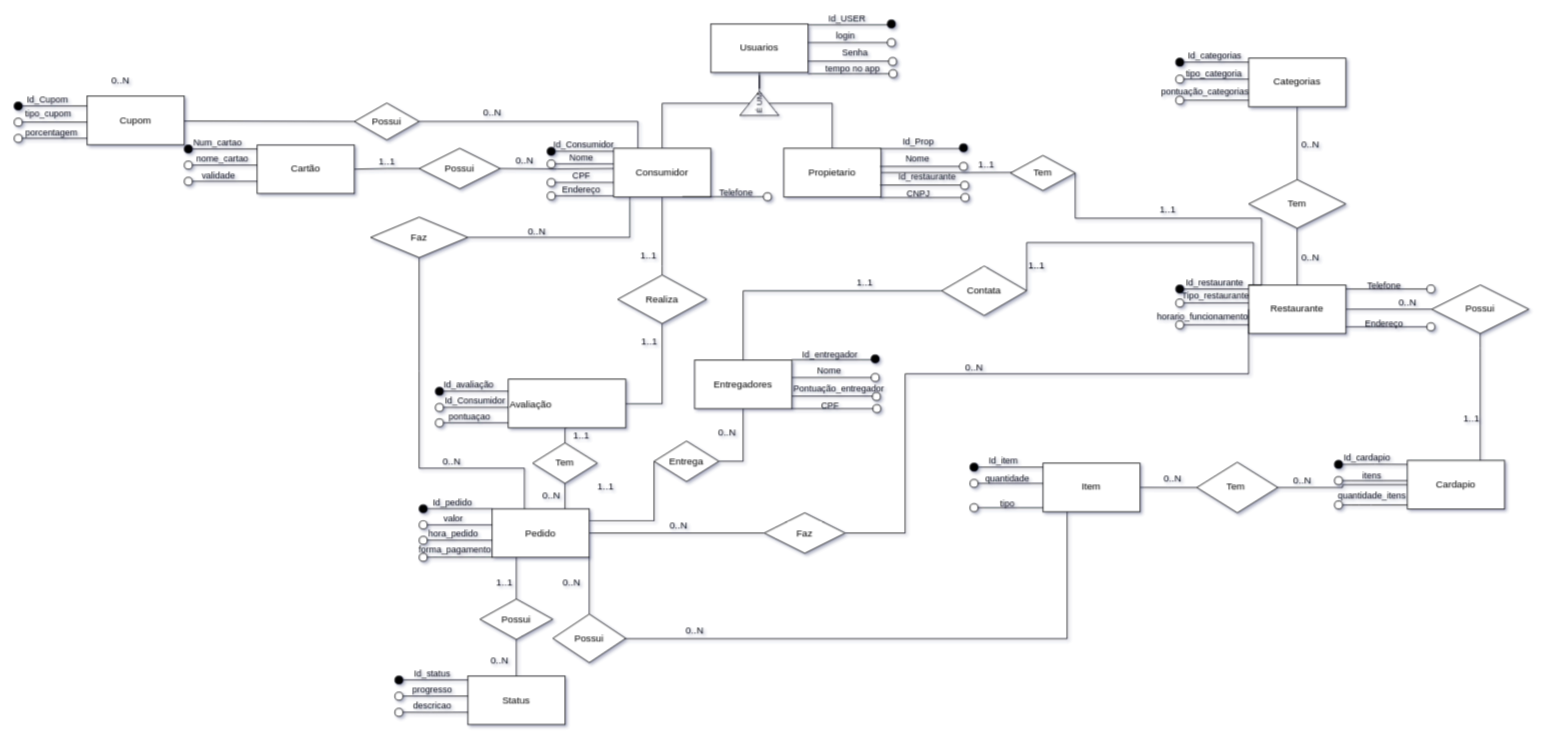
mariaeduaruda/BD-1-atividade keeps this draw.io diagram as Untitled Diagram.drawio. Above is the earlier version. Source tidied: cells renumbered, new cells numbered last; positions are measured from the earlier drawing's top-left corner, leaving out a move shared by most shapes. Both pictures are drawn from the tidied source at 81%, with x=0, y=0 at pixel (14, 19).
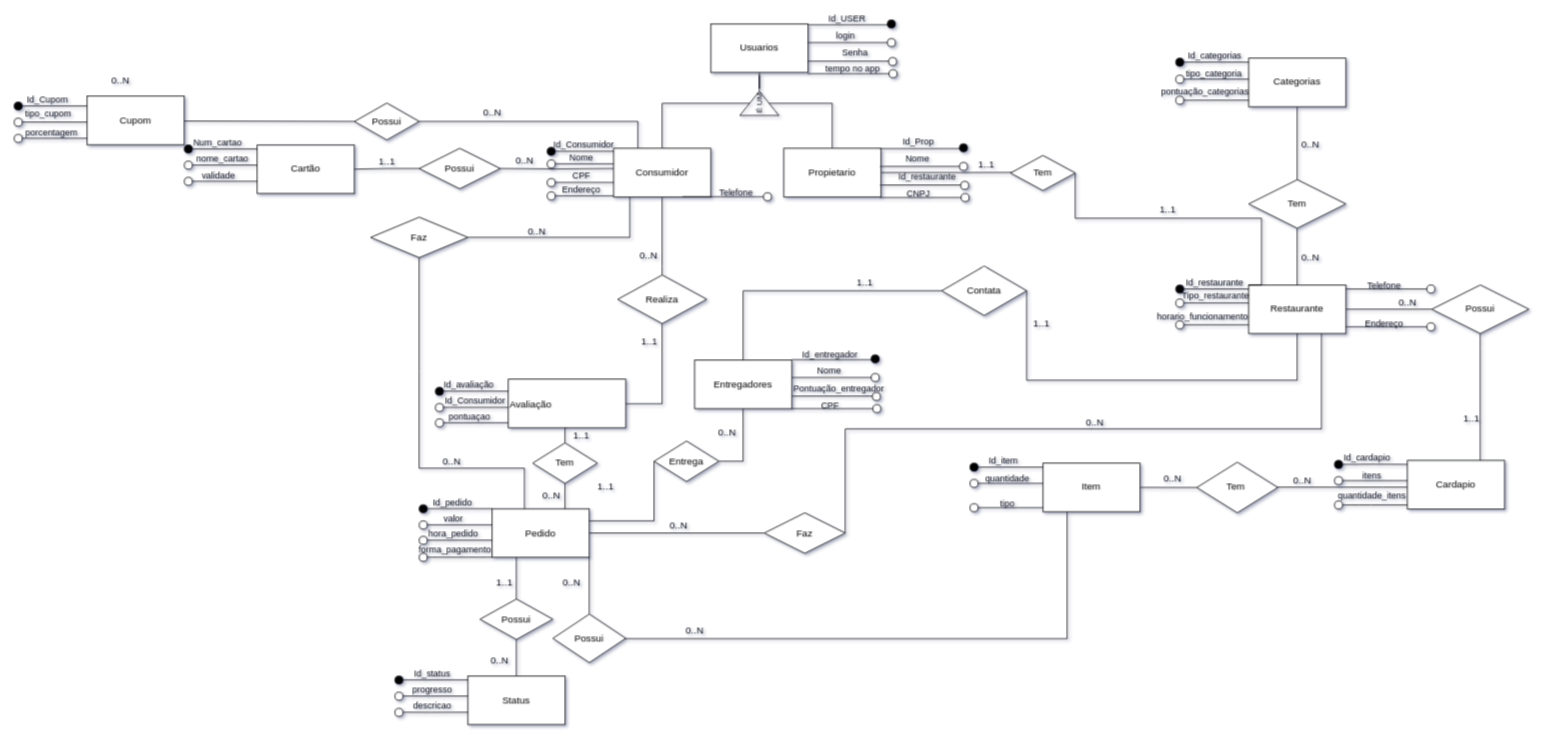
Above is the later version.

The change refers to these unchanged cells:
```xml
<mxCell id="9" value="Restaurante" style="whiteSpace=wrap;html=1;rounded=0;" parent="1" vertex="1">
  <mxGeometry x="1524" y="328.3" width="120" height="60" as="geometry" />
</mxCell>
<mxCell id="13" value="Cardapio" style="whiteSpace=wrap;html=1;rounded=0;" parent="1" vertex="1">
  <mxGeometry x="1720" y="544.9" width="120" height="60" as="geometry" />
</mxCell>
<mxCell id="15" value="Tem&amp;nbsp;" style="rhombus;whiteSpace=wrap;html=1;rounded=0;" parent="1" vertex="1">
  <mxGeometry x="1460" y="547.1" width="100" height="62.5" as="geometry" />
</mxCell>
<mxCell id="32" value="Faz" style="rhombus;whiteSpace=wrap;html=1;rounded=0;" parent="1" vertex="1">
  <mxGeometry x="926" y="609.6" width="100" height="50" as="geometry" />
</mxCell>
<mxCell id="165" value="Contata" style="rhombus;whiteSpace=wrap;html=1;" parent="1" vertex="1">
  <mxGeometry x="1145" y="305" width="105" height="61" as="geometry" />
</mxCell>
```

Change to the diagram source:
```diff
@@
     <mxCell id="12" style="edgeStyle=orthogonalEdgeStyle;rounded=0;jettySize=auto;html=1;endArrow=none;endFill=0;" parent="1" edge="1" source="13" target="15">
-      <mxGeometry relative="1" as="geometry" />
+      <mxGeometry relative="1" as="geometry">
+        <Array as="points">
+          <mxPoint x="1690" y="578" />
+          <mxPoint x="1690" y="578" />
+        </Array>
+      </mxGeometry>
     </mxCell>
@@
-    <mxCell id="31" style="edgeStyle=orthogonalEdgeStyle;rounded=0;jettySize=auto;html=1;exitX=1;exitY=0.5;exitDx=0;exitDy=0;entryX=0;entryY=0.5;entryDx=0;entryDy=0;endArrow=none;endFill=0;" parent="1" edge="1" source="32" target="9">
+    <mxCell id="31" style="edgeStyle=orthogonalEdgeStyle;rounded=0;jettySize=auto;html=1;exitX=1;exitY=0.5;exitDx=0;exitDy=0;entryX=0.75;entryY=1;entryDx=0;entryDy=0;fontSize=10;endArrow=none;endFill=0;" parent="1" edge="1" source="32" target="9">
       <mxGeometry relative="1" as="geometry">
         <Array as="points">
-          <mxPoint x="1100" y="635" />
-          <mxPoint x="1100" y="438" />
+          <mxPoint x="1026" y="506" />
+          <mxPoint x="1614" y="506" />
         </Array>
       </mxGeometry>
     </mxCell>
@@
     <mxCell id="164" style="edgeStyle=orthogonalEdgeStyle;rounded=0;jettySize=auto;html=1;exitX=1;exitY=0.5;exitDx=0;exitDy=0;endArrow=none;endFill=0;" parent="1" edge="1" source="165" target="9">
       <mxGeometry relative="1" as="geometry">
         <Array as="points">
-          <mxPoint x="1250" y="276" />
-          <mxPoint x="1530" y="276" />
+          <mxPoint x="1250" y="446" />
+          <mxPoint x="1584" y="446" />
         </Array>
       </mxGeometry>
     </mxCell>
@@
-    <mxCell id="200" value="1..1" style="text;html=1;align=center;verticalAlign=middle;strokeColor=none;fillColor=none;" parent="1" vertex="1">
+    <mxCell id="200" value="0..N" style="text;html=1;align=center;verticalAlign=middle;strokeColor=none;fillColor=none;" parent="1" vertex="1">
       <mxGeometry x="763" y="281.8" width="40" height="20" as="geometry" />
     </mxCell>
@@
     <mxCell id="206" value="1..1" style="text;html=1;align=center;verticalAlign=middle;strokeColor=none;fillColor=none;" parent="1" vertex="1">
-      <mxGeometry x="1242" y="294.6" width="40" height="20" as="geometry" />
+      <mxGeometry x="1248" y="366" width="40" height="20" as="geometry" />
     </mxCell>
@@
-    <mxCell id="213" value="0..N" style="text;html=1;align=center;verticalAlign=middle;strokeColor=none;fillColor=none;" parent="1" vertex="1">
-      <mxGeometry x="1165" y="421" width="40" height="20" as="geometry" />
-    </mxCell>
@@
+    <mxCell id="213" value="0..N" style="text;html=1;align=center;verticalAlign=middle;strokeColor=none;fillColor=none;" parent="1" vertex="1">
+      <mxGeometry x="1314" y="487.6" width="40" height="20" as="geometry" />
+    </mxCell>
```
